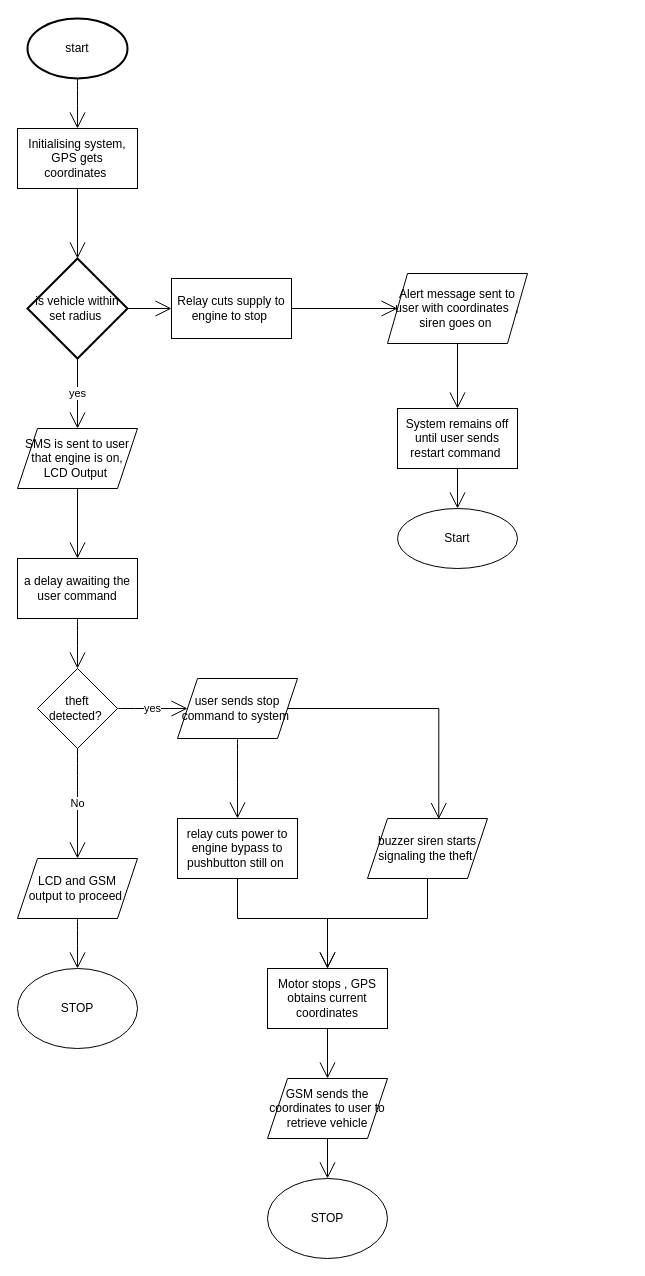
The draw.io diagram trackerproject.drawio in periskaranga/periskaranga.github.io, before the edit. Source tidied: cells renumbered, new cells numbered last; positions are measured from the earlier drawing's top-left corner, leaving out a move shared by most shapes. Both pictures are drawn from the tidied source at 100%, with x=0, y=0 at pixel (17, 18).
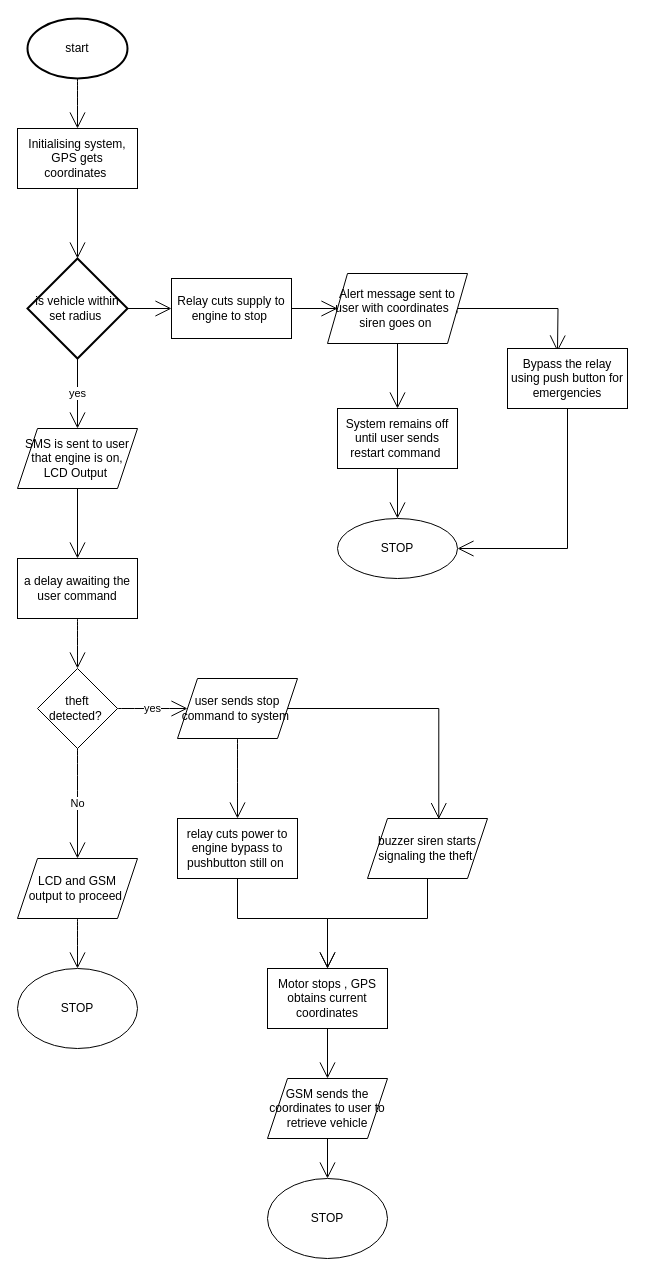
Above is the later version.

The edit, as a diff of the source:
```diff
@@
+    <mxCell id="40" style="edgeStyle=orthogonalEdgeStyle;rounded=0;jettySize=auto;html=1;exitX=1;exitY=0.5;exitDx=0;exitDy=0;endArrow=open;startSize=14;endSize=14;sourcePerimeterSpacing=8;targetPerimeterSpacing=8;" parent="1" edge="1" source="34">
+      <mxGeometry relative="1" as="geometry">
+        <mxPoint x="540" y="333" as="targetPoint" />
+      </mxGeometry>
+    </mxCell>
     <mxCell id="34" value="Alert message sent to user with coordinates&amp;nbsp; , siren goes on&amp;nbsp;" style="shape=parallelogram;perimeter=parallelogramPerimeter;whiteSpace=wrap;html=1;fixedSize=1;hachureGap=4;" parent="1" vertex="1">
-      <mxGeometry x="370" y="255" width="140" height="70" as="geometry" />
+      <mxGeometry x="310" y="255" width="140" height="70" as="geometry" />
     </mxCell>
@@
-    <mxCell id="37" style="edgeStyle=orthogonalEdgeStyle;rounded=0;jettySize=auto;html=1;exitX=0.5;exitY=1;exitDx=0;exitDy=0;entryX=0.5;entryY=0;entryDx=0;entryDy=0;endArrow=open;startSize=14;endSize=14;sourcePerimeterSpacing=8;targetPerimeterSpacing=8;" parent="1" edge="1" source="38">
-      <mxGeometry relative="1" as="geometry">
-        <mxPoint x="440" y="490" as="targetPoint" />
-      </mxGeometry>
-    </mxCell>
+    <mxCell id="41" style="edgeStyle=orthogonalEdgeStyle;rounded=0;jettySize=auto;html=1;exitX=0.5;exitY=1;exitDx=0;exitDy=0;entryX=0.5;entryY=0;entryDx=0;entryDy=0;endArrow=open;startSize=14;endSize=14;sourcePerimeterSpacing=8;targetPerimeterSpacing=8;" parent="1" edge="1" source="38" target="39">
+      <mxGeometry relative="1" as="geometry" />
+    </mxCell>
     <mxCell id="38" value="System remains off until user sends restart command&amp;nbsp;" style="rounded=0;whiteSpace=wrap;html=1;hachureGap=4;" parent="1" vertex="1">
-      <mxGeometry x="380" y="390" width="120" height="60" as="geometry" />
+      <mxGeometry x="320" y="390" width="120" height="60" as="geometry" />
     </mxCell>
-    <mxCell id="39" value="Start" style="ellipse;whiteSpace=wrap;html=1;hachureGap=4;" parent="1" vertex="1">
-      <mxGeometry x="380" y="490" width="120" height="60" as="geometry" />
+    <mxCell id="39" value="STOP" style="ellipse;whiteSpace=wrap;html=1;hachureGap=4;" parent="1" vertex="1">
+      <mxGeometry x="320" y="500" width="120" height="60" as="geometry" />
     </mxCell>
+    <mxCell id="42" style="edgeStyle=orthogonalEdgeStyle;rounded=0;jettySize=auto;html=1;exitX=0.5;exitY=1;exitDx=0;exitDy=0;entryX=1;entryY=0.5;entryDx=0;entryDy=0;endArrow=open;startSize=14;endSize=14;sourcePerimeterSpacing=8;targetPerimeterSpacing=8;" parent="1" edge="1" source="43" target="39">
+      <mxGeometry relative="1" as="geometry" />
+    </mxCell>
+    <mxCell id="43" value="Bypass the relay using push button for emergencies" style="rounded=0;whiteSpace=wrap;html=1;hachureGap=4;" parent="1" vertex="1">
+      <mxGeometry x="490" y="330" width="120" height="60" as="geometry" />
+    </mxCell>
```
